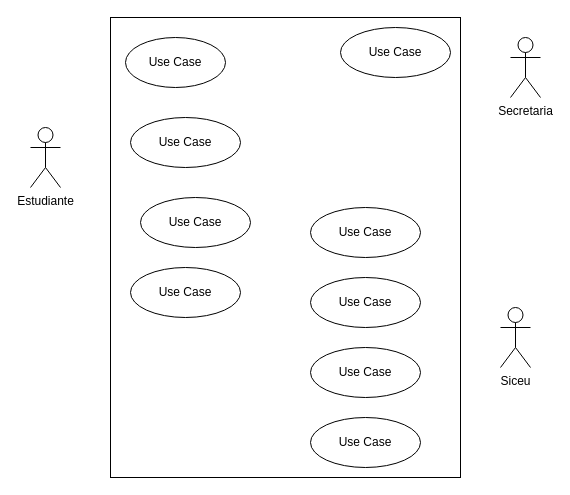
Earlier version of the draw.io diagram Caso_uso_Inscripción_Siceu.drawio (edukatech/colaboracion). Source tidied: cells renumbered, new cells numbered last; positions are measured from the earlier drawing's top-left corner, leaving out a move shared by most shapes. Both pictures are drawn from the tidied source at 100%, with x=0, y=0 at pixel (30, 17).
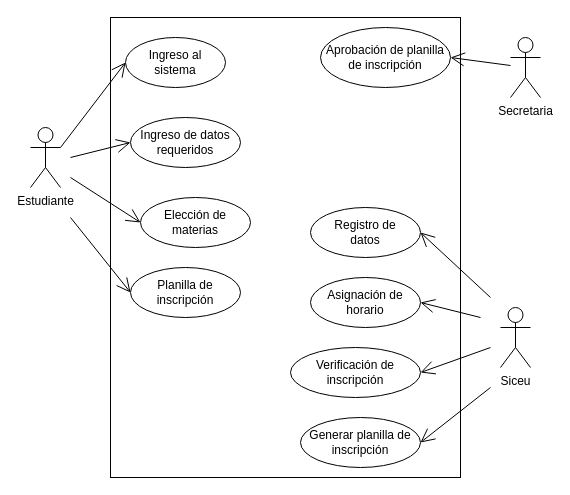
After the change.

The change refers to these unchanged cells:
```xml
<mxCell id="3" value="Estudiante" style="shape=umlActor;verticalLabelPosition=bottom;verticalAlign=top;html=1;" parent="1" vertex="1">
  <mxGeometry y="110" width="30" height="60" as="geometry" />
</mxCell>
<mxCell id="4" value="Secretaria" style="shape=umlActor;verticalLabelPosition=bottom;verticalAlign=top;html=1;" parent="1" vertex="1">
  <mxGeometry x="480" y="20" width="30" height="60" as="geometry" />
</mxCell>
```

The edit, as a diff of the source:
```diff
@@
-    <mxCell id="6" value="Use Case" style="ellipse;whiteSpace=wrap;html=1;" parent="1" vertex="1">
+    <mxCell id="6" value="Ingreso al&lt;br&gt;sistema" style="ellipse;whiteSpace=wrap;html=1;" parent="1" vertex="1">
       <mxGeometry x="95" y="20" width="100" height="50" as="geometry" />
     </mxCell>
-    <mxCell id="7" value="Use Case" style="ellipse;whiteSpace=wrap;html=1;" parent="1" vertex="1">
+    <mxCell id="7" value="Ingreso de datos requeridos" style="ellipse;whiteSpace=wrap;html=1;" parent="1" vertex="1">
       <mxGeometry x="100" y="100" width="110" height="50" as="geometry" />
     </mxCell>
-    <mxCell id="8" value="Use Case" style="ellipse;whiteSpace=wrap;html=1;" parent="1" vertex="1">
+    <mxCell id="8" value="Elección de materias" style="ellipse;whiteSpace=wrap;html=1;" parent="1" vertex="1">
       <mxGeometry x="110" y="180" width="110" height="50" as="geometry" />
     </mxCell>
-    <mxCell id="9" value="Use Case" style="ellipse;whiteSpace=wrap;html=1;" parent="1" vertex="1">
+    <mxCell id="9" value="Registro de &lt;br&gt;datos" style="ellipse;whiteSpace=wrap;html=1;" parent="1" vertex="1">
       <mxGeometry x="280" y="190" width="110" height="50" as="geometry" />
     </mxCell>
-    <mxCell id="10" value="Use Case" style="ellipse;whiteSpace=wrap;html=1;" parent="1" vertex="1">
+    <mxCell id="10" value="Asignación de horario" style="ellipse;whiteSpace=wrap;html=1;" parent="1" vertex="1">
       <mxGeometry x="280" y="260" width="110" height="50" as="geometry" />
     </mxCell>
-    <mxCell id="11" value="Use Case" style="ellipse;whiteSpace=wrap;html=1;" parent="1" vertex="1">
-      <mxGeometry x="310" y="10" width="110" height="50" as="geometry" />
+    <mxCell id="11" value="Aprobación de planilla de inscripción" style="ellipse;whiteSpace=wrap;html=1;" parent="1" vertex="1">
+      <mxGeometry x="290" y="10" width="130" height="60" as="geometry" />
     </mxCell>
-    <mxCell id="12" value="Use Case" style="ellipse;whiteSpace=wrap;html=1;" parent="1" vertex="1">
-      <mxGeometry x="280" y="330" width="110" height="50" as="geometry" />
+    <mxCell id="12" value="Verificación de inscripción" style="ellipse;whiteSpace=wrap;html=1;" parent="1" vertex="1">
+      <mxGeometry x="260" y="330" width="130" height="50" as="geometry" />
     </mxCell>
-    <mxCell id="13" value="Use Case" style="ellipse;whiteSpace=wrap;html=1;" parent="1" vertex="1">
-      <mxGeometry x="280" y="400" width="110" height="50" as="geometry" />
+    <mxCell id="13" value="Generar planilla de inscripción" style="ellipse;whiteSpace=wrap;html=1;" parent="1" vertex="1">
+      <mxGeometry x="270" y="400" width="120" height="50" as="geometry" />
     </mxCell>
-    <mxCell id="14" value="Use Case" style="ellipse;whiteSpace=wrap;html=1;" parent="1" vertex="1">
+    <mxCell id="14" value="Planilla de inscripción" style="ellipse;whiteSpace=wrap;html=1;" parent="1" vertex="1">
       <mxGeometry x="100" y="250" width="110" height="50" as="geometry" />
     </mxCell>
+    <mxCell id="15" style="endArrow=open;endFill=1;endSize=12;html=1;rounded=0;exitX=1;exitY=0.3333333333333333;exitDx=0;exitDy=0;exitPerimeter=0;entryX=0;entryY=0.5;entryDx=0;entryDy=0;" parent="1" edge="1" source="3" target="6">
+      <mxGeometry relative="1" as="geometry" />
+    </mxCell>
+    <mxCell id="16" style="endArrow=open;endFill=1;endSize=12;html=1;rounded=0;exitX=1;exitY=0.3333333333333333;exitDx=0;exitDy=0;exitPerimeter=0;entryX=0;entryY=0.5;entryDx=0;entryDy=0;" parent="1" edge="1" target="7">
+      <mxGeometry relative="1" as="geometry">
+        <mxPoint x="40" y="140" as="sourcePoint" />
+      </mxGeometry>
+    </mxCell>
+    <mxCell id="17" style="endArrow=open;endFill=1;endSize=12;html=1;rounded=0;entryX=0;entryY=0.5;entryDx=0;entryDy=0;" parent="1" edge="1" target="8">
+      <mxGeometry relative="1" as="geometry">
+        <mxPoint x="40" y="160" as="sourcePoint" />
+      </mxGeometry>
+    </mxCell>
+    <mxCell id="18" style="endArrow=open;endFill=1;endSize=12;html=1;rounded=0;entryX=0;entryY=0.5;entryDx=0;entryDy=0;" parent="1" edge="1" target="14">
+      <mxGeometry relative="1" as="geometry">
+        <mxPoint x="40" y="200" as="sourcePoint" />
+      </mxGeometry>
+    </mxCell>
+    <mxCell id="19" style="endArrow=open;endFill=1;endSize=12;html=1;rounded=0;entryX=1;entryY=0.5;entryDx=0;entryDy=0;" parent="1" edge="1" target="9">
+      <mxGeometry relative="1" as="geometry">
+        <mxPoint x="460" y="280" as="sourcePoint" />
+      </mxGeometry>
+    </mxCell>
+    <mxCell id="20" style="endArrow=open;endFill=1;endSize=12;html=1;rounded=0;entryX=1;entryY=0.5;entryDx=0;entryDy=0;" parent="1" edge="1" target="10">
+      <mxGeometry relative="1" as="geometry">
+        <mxPoint x="450" y="300" as="sourcePoint" />
+      </mxGeometry>
+    </mxCell>
+    <mxCell id="21" style="endArrow=open;endFill=1;endSize=12;html=1;rounded=0;entryX=1;entryY=0.5;entryDx=0;entryDy=0;" parent="1" edge="1" target="12">
+      <mxGeometry relative="1" as="geometry">
+        <mxPoint x="460" y="330" as="sourcePoint" />
+      </mxGeometry>
+    </mxCell>
+    <mxCell id="22" style="endArrow=open;endFill=1;endSize=12;html=1;rounded=0;entryX=1;entryY=0.5;entryDx=0;entryDy=0;" parent="1" edge="1" target="13">
+      <mxGeometry relative="1" as="geometry">
+        <mxPoint x="460" y="370" as="sourcePoint" />
+      </mxGeometry>
+    </mxCell>
+    <mxCell id="23" style="endArrow=open;endFill=1;endSize=12;html=1;rounded=0;entryX=1;entryY=0.5;entryDx=0;entryDy=0;" parent="1" edge="1" source="4" target="11">
+      <mxGeometry relative="1" as="geometry" />
+    </mxCell>
```
